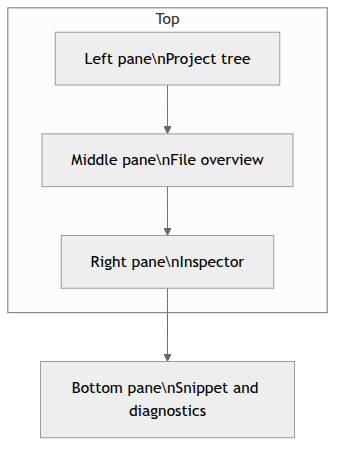
macsplit/lumencode keeps this Mermaid diagram as docs/generated/end-user-main-screen.png. Above is the earlier version. Its source is kept beside it as docs/diagrams/end-user-main-screen.mmd.
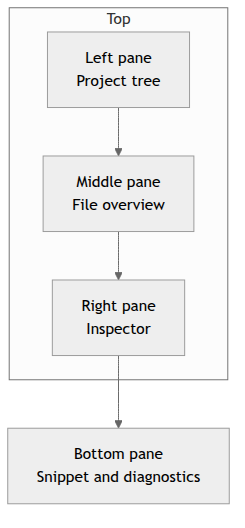
Above is the later version.

Diff of the diagram source:
```diff
@@ -1,10 +1,10 @@
 flowchart TB
     subgraph Top
-        L[Left pane\nProject tree]
-        M[Middle pane\nFile overview]
-        R[Right pane\nInspector]
+        L[Left pane<br/>Project tree]
+        M[Middle pane<br/>File overview]
+        R[Right pane<br/>Inspector]
     end
-    B[Bottom pane\nSnippet and diagnostics]
+    B[Bottom pane<br/>Snippet and diagnostics]
     L --> M
     M --> R
     R --> B
```
